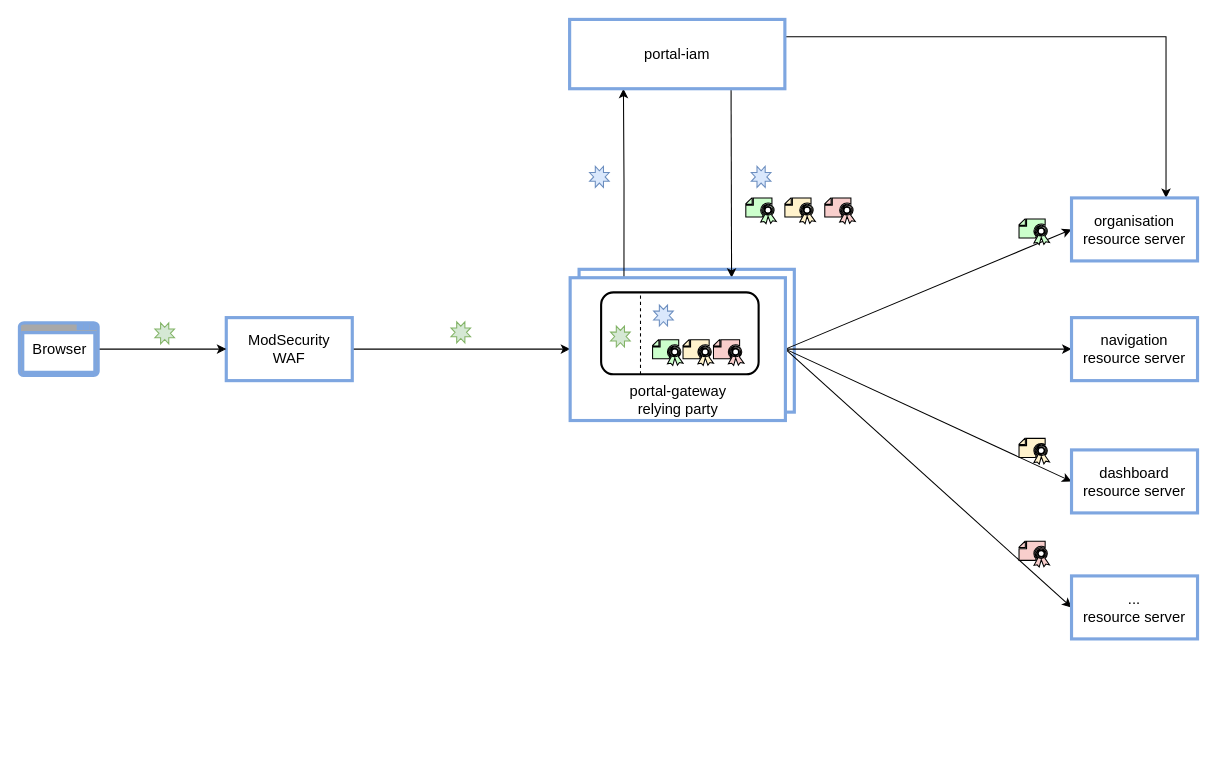
Earlier version of the draw.io diagram page "Page-1" (1 of 9) of .docs/PortalGateway.drawio (uniport/uniport-gateway). Source tidied: cells renumbered, new cells numbered last; positions are measured from the earlier drawing's top-left corner, leaving out a move shared by most shapes. Both pictures are drawn from the tidied source at 105%, with x=0, y=0 at pixel (19, 19).
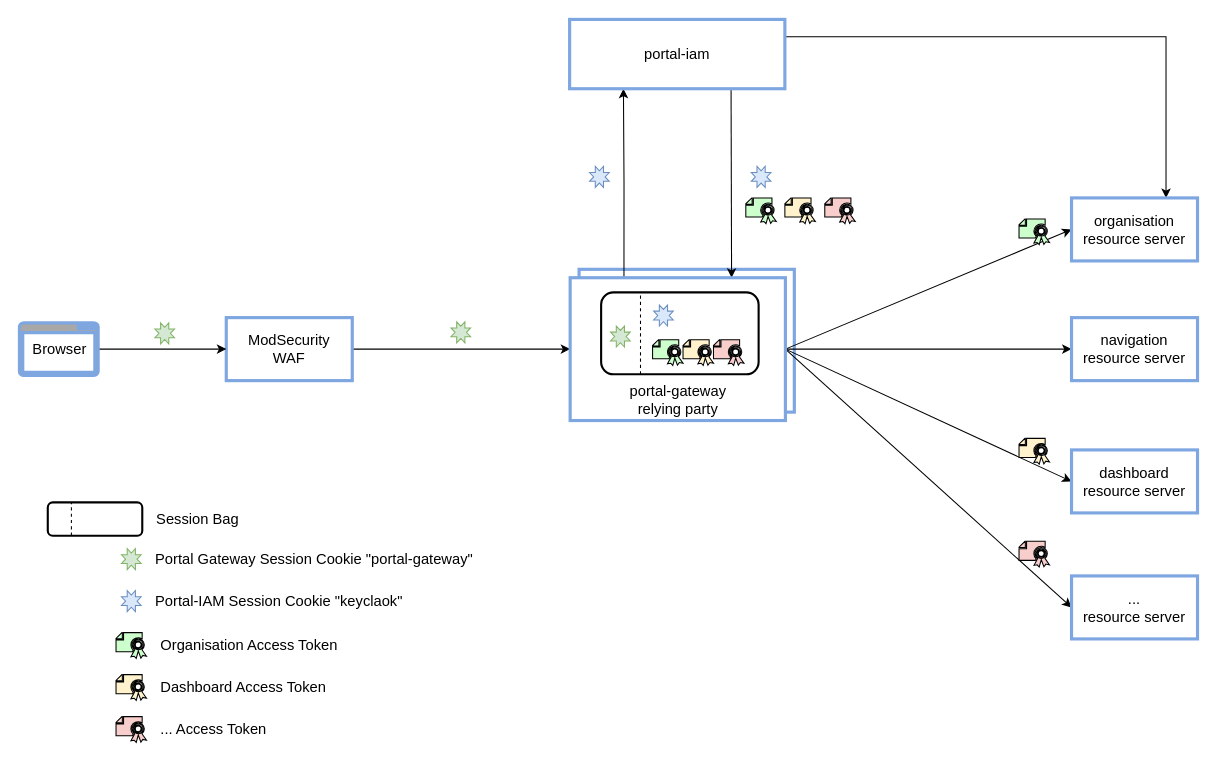
The same diagram, later.

The edit, as a diff of the source:
```diff
@@
+    <mxCell id="38" parent="0" />
+    <mxCell id="39" value="&amp;nbsp; &amp;nbsp;Portal Gateway Session Cookie &quot;portal-gateway&quot;" style="verticalLabelPosition=middle;verticalAlign=middle;html=1;shape=mxgraph.basic.8_point_star;strokeColor=#82b366;fillColor=#d5e8d4;fontSize=14;labelPosition=right;align=left;spacingRight=0;" parent="38" vertex="1">
+      <mxGeometry x="97.2" y="504" width="18.7" height="20" as="geometry" />
+    </mxCell>
+    <mxCell id="40" value="&amp;nbsp; &amp;nbsp;Portal-IAM Session Cookie &quot;keyclaok&quot;" style="verticalLabelPosition=middle;verticalAlign=middle;html=1;shape=mxgraph.basic.8_point_star;strokeColor=#6c8ebf;fillColor=#dae8fc;fontSize=14;labelPosition=right;align=left;" parent="38" vertex="1">
+      <mxGeometry x="97.2" y="544" width="18.7" height="20" as="geometry" />
+    </mxCell>
+    <mxCell id="41" value="&amp;nbsp; &amp;nbsp;Organisation Access Token" style="shadow=0;dashed=0;html=1;labelPosition=right;verticalLabelPosition=middle;verticalAlign=middle;align=left;shape=mxgraph.office.security.certificate;fillColor=#CCFFCC;fontSize=14;" parent="38" vertex="1">
+      <mxGeometry x="92" y="584" width="29" height="24.5" as="geometry" />
+    </mxCell>
+    <mxCell id="42" value="&lt;span style=&quot;font-size: 14px ; text-align: left&quot;&gt;&amp;nbsp; &amp;nbsp;Dashboard Access Token&lt;/span&gt;" style="shadow=0;dashed=0;html=1;labelPosition=right;verticalLabelPosition=middle;verticalAlign=middle;align=left;shape=mxgraph.office.security.certificate;fillColor=#fff2cc;" parent="38" vertex="1">
+      <mxGeometry x="92" y="624" width="29" height="24.5" as="geometry" />
+    </mxCell>
+    <mxCell id="43" value="&lt;span style=&quot;font-size: 14px ; text-align: left&quot;&gt;&amp;nbsp; &amp;nbsp;... Access Token&lt;/span&gt;" style="shadow=0;dashed=0;html=1;labelPosition=right;verticalLabelPosition=middle;verticalAlign=middle;align=left;shape=mxgraph.office.security.certificate;fillColor=#f8cecc;" parent="38" vertex="1">
+      <mxGeometry x="92" y="664" width="29" height="24.5" as="geometry" />
+    </mxCell>
+    <mxCell id="44" value="&amp;nbsp; &amp;nbsp;Session Bag" style="rounded=1;whiteSpace=wrap;html=1;strokeColor=#000000;fontSize=14;fillColor=none;strokeWidth=2;labelPosition=right;verticalLabelPosition=middle;align=left;verticalAlign=middle;" parent="38" vertex="1">
+      <mxGeometry x="27" y="460" width="90" height="31.7" as="geometry" />
+    </mxCell>
+    <mxCell id="45" style="endArrow=none;dashed=1;html=1;fontSize=8;exitX=0.25;exitY=1;exitDx=0;exitDy=0;entryX=0.25;entryY=0;entryDx=0;entryDy=0;" parent="38" edge="1" source="44" target="44">
+      <mxGeometry x="220" y="500" as="geometry" />
+    </mxCell>
```
